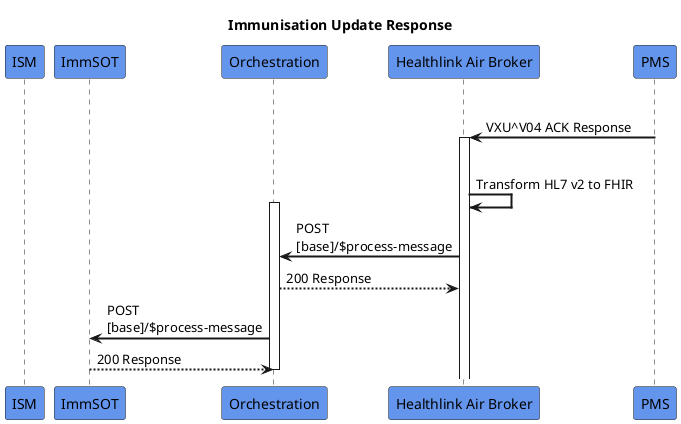
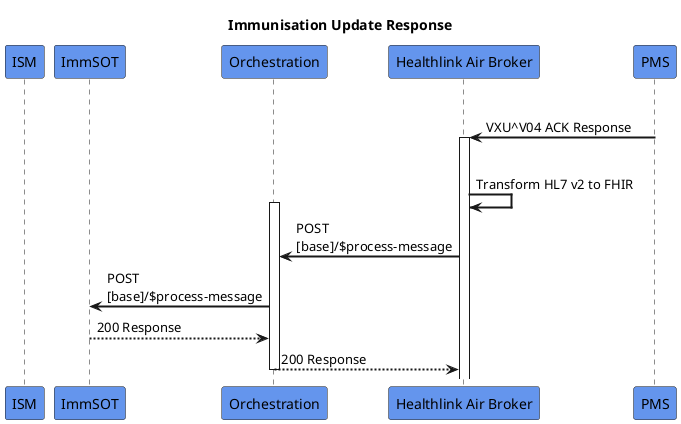
@startuml
skinparam sequenceArrowThickness 2
skinparam roundcorner 5
skinparam maxmessagesize 180
skinparam sequenceParticipant bold
title  Immunisation Update Response
participant "ISM" as AA #CornflowerBlue
participant "ImmSOT" as A #CornflowerBlue
participant "Orchestration" as B #CornflowerBlue
participant "Healthlink Air Broker" as C #CornflowerBlue
participant "PMS" as D #CornflowerBlue
|||

D -> C :VXU^V04 ACK Response
activate C
|||
C -> C: Transform HL7 v2 to FHIR
activate B
C -> B: POST [base]/$process-message
- B -[dashed]-> C: 200 Response
B -> A: POST [base]/$process-message
A -[dashed]-> B: 200 Response
+ B -[dashed]-> C: 200 Response
deactivate B
@enduml